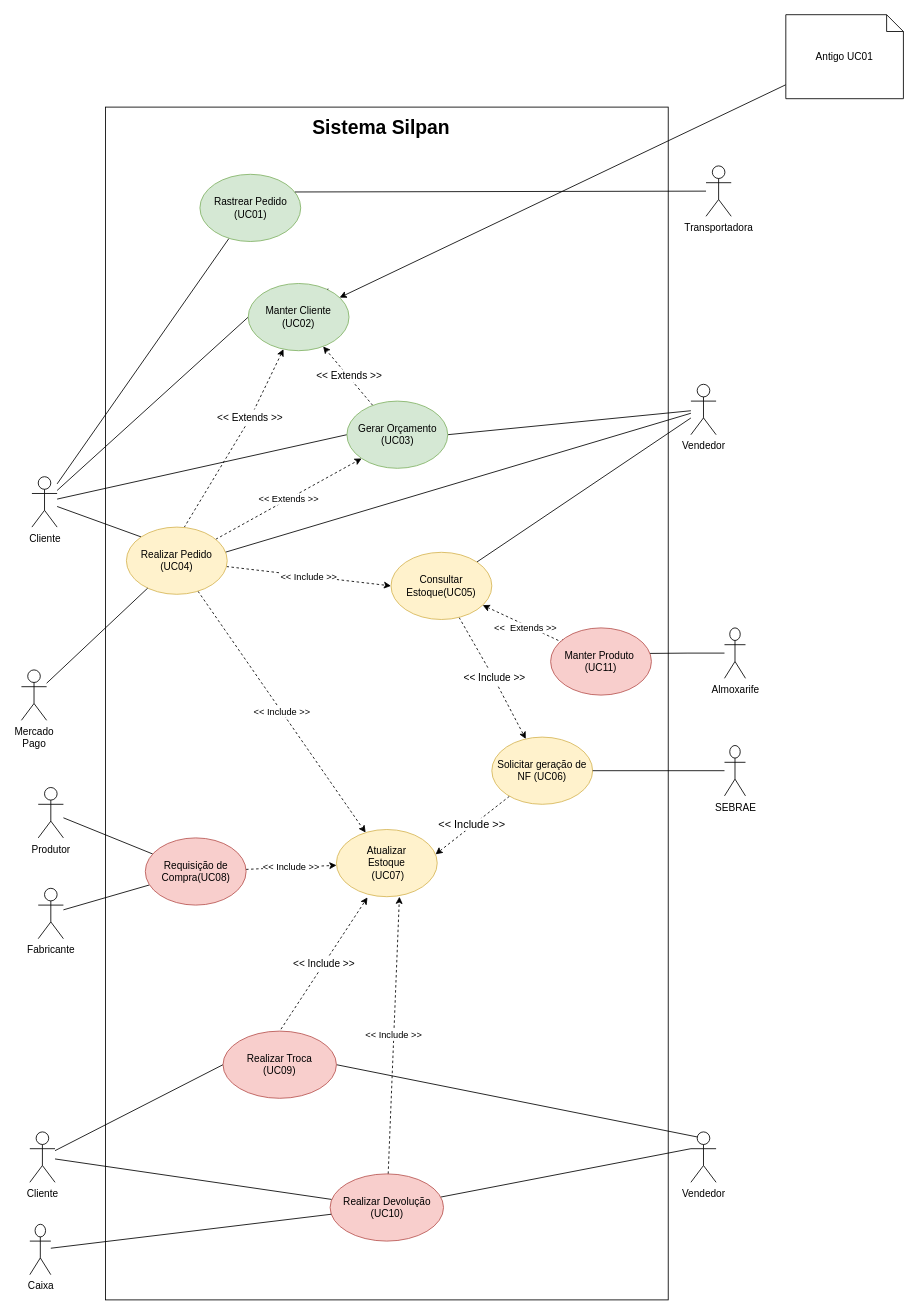
Above: Diagrama de UC.drawio in Systematicos/Silpan-AMS (draw.io), before the change. Source tidied: cells renumbered, new cells numbered last; positions are measured from the earlier drawing's top-left corner, leaving out a move shared by most shapes. Both pictures are drawn from the tidied source at 84%, with x=0, y=0 at pixel (21, 14).
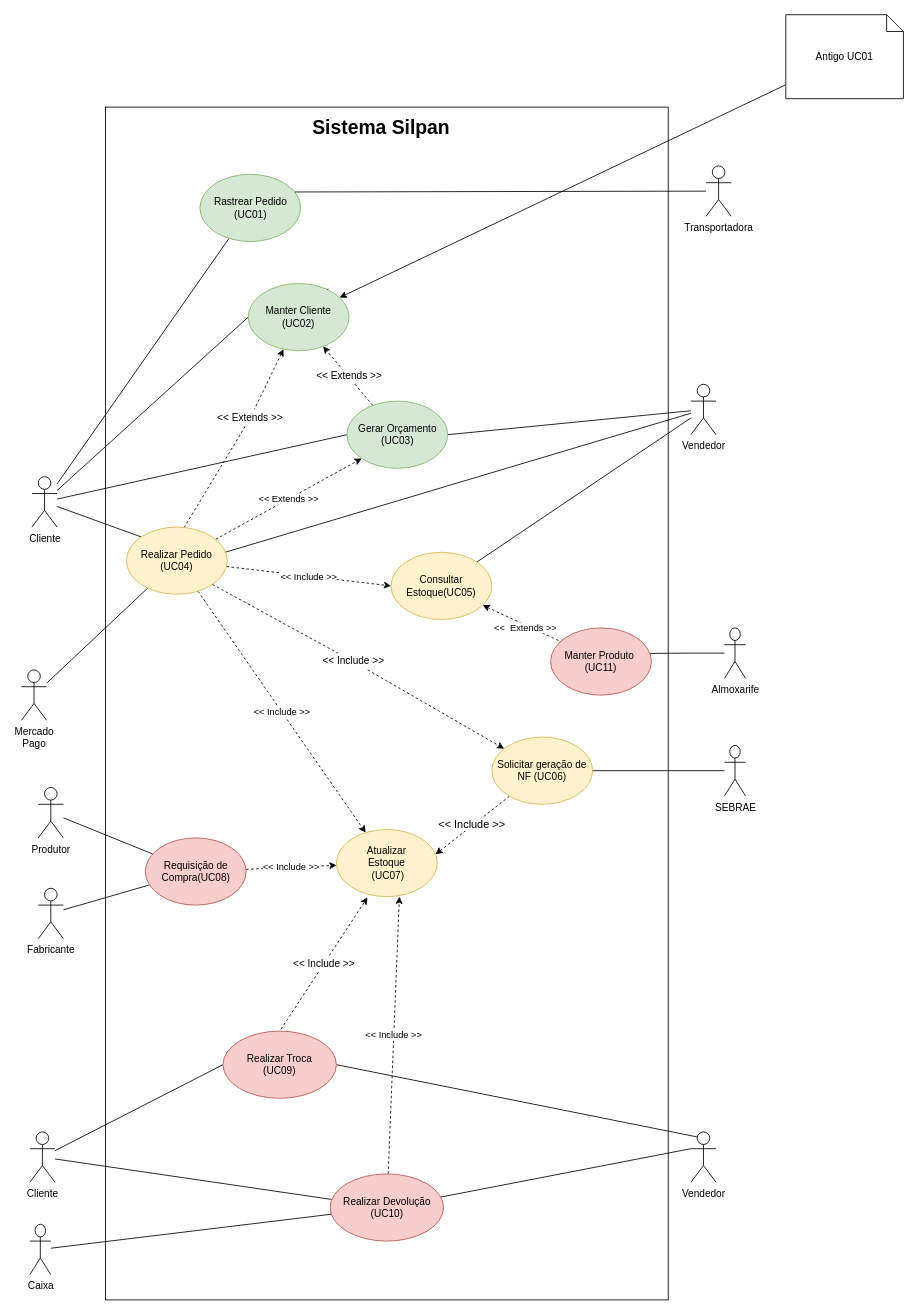
The same diagram, later.

Commit message (it also covers changes not shown here):
Criação do UC04 e atualiação do diagrama de UC

The change refers to these unchanged cells:
```xml
<mxCell id="16" value="Realizar Pedido (UC04)" style="ellipse;whiteSpace=wrap;html=1;fillColor=#fff2cc;strokeColor=#d6b656;" parent="1" vertex="1">
  <mxGeometry x="125" y="610" width="120" height="80" as="geometry" />
</mxCell>
<mxCell id="19" value="Consultar Estoque(UC05)" style="ellipse;whiteSpace=wrap;html=1;fillColor=#fff2cc;strokeColor=#d6b656;" parent="1" vertex="1">
  <mxGeometry x="440" y="640" width="120" height="80" as="geometry" />
</mxCell>
```

Diff of the diagram source:
```diff
@@
-    <mxCell id="17" style="edgeStyle=none;rounded=0;jettySize=auto;html=1;endArrow=none;endFill=0;dashed=1;" parent="1" edge="1" source="19" target="29">
+    <mxCell id="17" style="edgeStyle=none;rounded=0;jettySize=auto;html=1;endArrow=none;endFill=0;dashed=1;exitX=1;exitY=1;exitDx=0;exitDy=0;" parent="1" edge="1" source="16" target="29">
       <mxGeometry relative="1" as="geometry" />
     </mxCell>
@@
     <mxCell id="29" value="&amp;lt;&amp;lt; Include &amp;gt;&amp;gt;" style="text;html=1;align=center;verticalAlign=middle;points=[];rotation=0;" parent="1" vertex="1">
-      <mxGeometry x="517.5" y="780" width="90" height="20" as="geometry" />
+      <mxGeometry x="350" y="760" width="90" height="20" as="geometry" />
     </mxCell>
```
